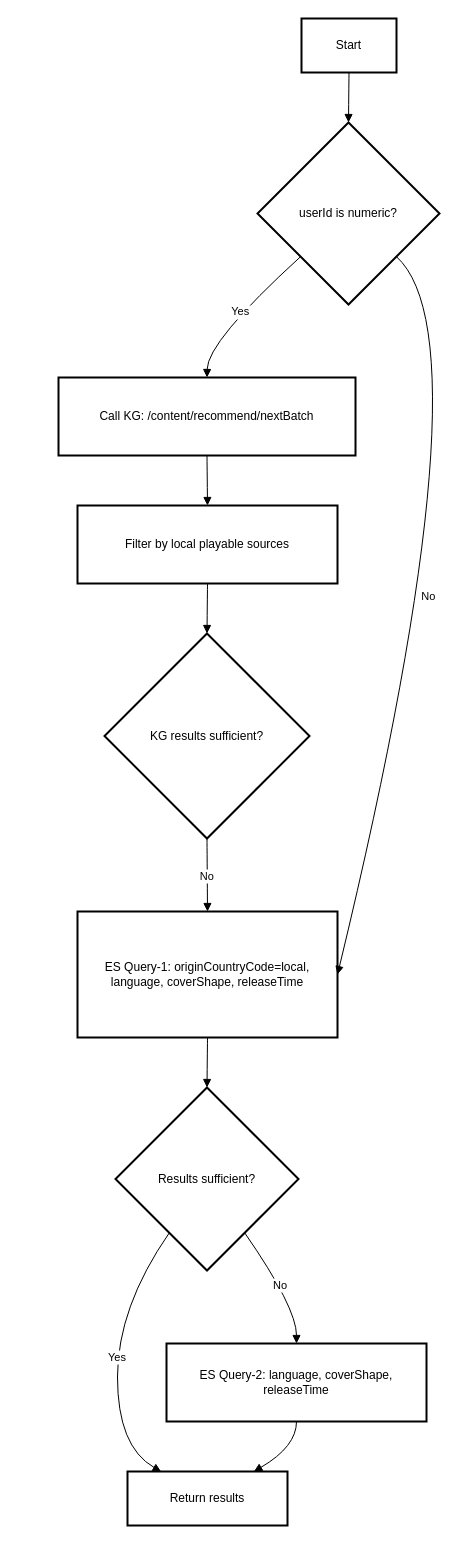
Before: update/video recommend流程.drawio in stevezhouht/baiduCDP, a draw.io diagram. Source tidied: cells renumbered, new cells numbered last; positions are measured from the earlier drawing's top-left corner, leaving out a move shared by most shapes. Both pictures are drawn from the tidied source at 100%, with x=0, y=0 at pixel (58, 18).
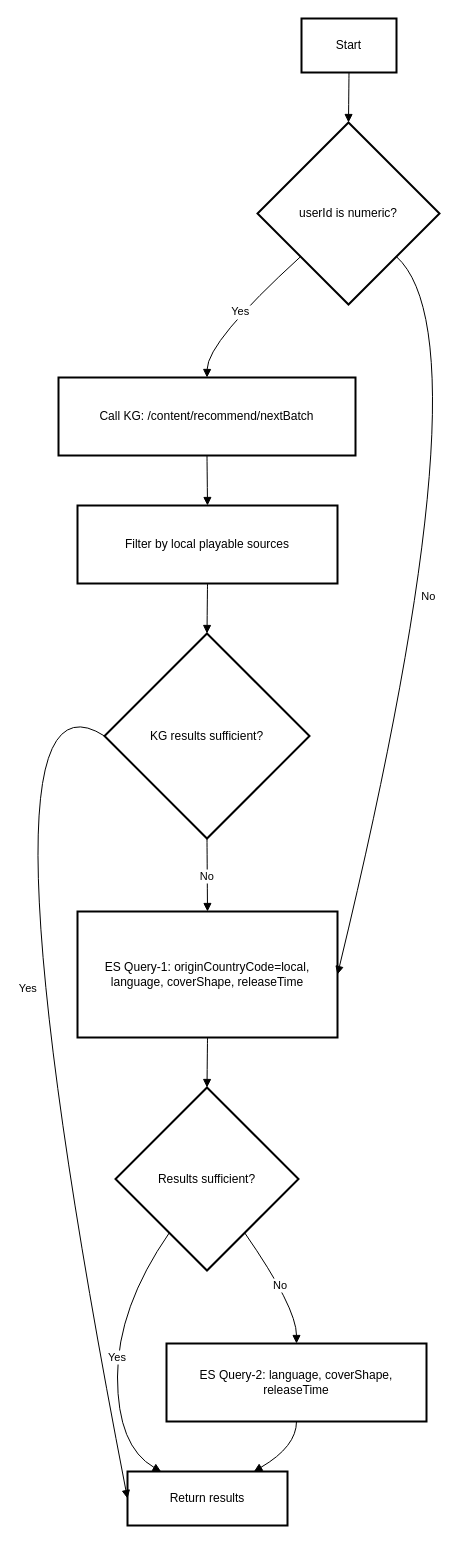
The same diagram, later.

Unchanged cells that the change refers to:
```xml
<mxCell id="6" value="KG results sufficient?" style="rhombus;strokeWidth=2;whiteSpace=wrap;" parent="1" vertex="1">
  <mxGeometry x="46" y="615" width="205" height="205" as="geometry" />
</mxCell>
<mxCell id="10" value="Return results" style="whiteSpace=wrap;strokeWidth=2;" parent="1" vertex="1">
  <mxGeometry x="69" y="1453" width="160" height="54" as="geometry" />
</mxCell>
```

Diff of the diagram source:
```diff
@@
+    <mxCell id="21" value="Yes" style="curved=1;startArrow=none;endArrow=block;exitX=0;exitY=0.5;entryX=0;entryY=0.5;rounded=0;exitDx=0;exitDy=0;entryDx=0;entryDy=0;" parent="1" edge="1" source="6" target="10">
+      <mxGeometry relative="1" as="geometry">
+        <Array as="points">
+          <mxPoint x="-97" y="625" />
+        </Array>
+      </mxGeometry>
+    </mxCell>
```
